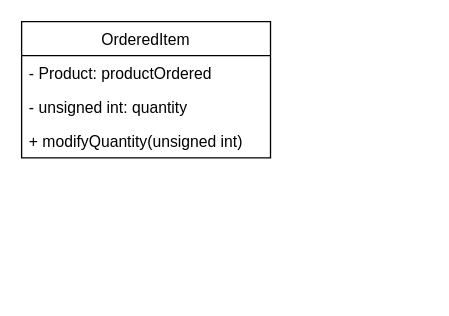
chrismd2/CSci-430-Group-11 keeps this draw.io diagram as Project_1/Class_Diagrams/OrderedItem.drawio. Above is the earlier version. Source tidied: cells renumbered, new cells numbered last; positions are measured from the earlier drawing's top-left corner, leaving out a move shared by most shapes. Both pictures are drawn from the tidied source at 131%, with x=0, y=0 at pixel (21, 21).
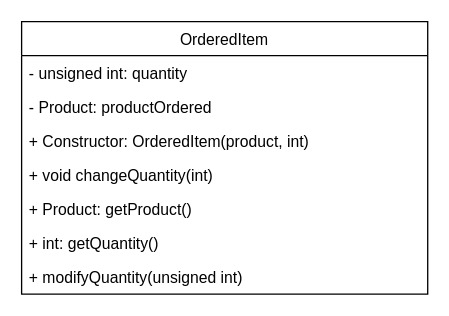
The same diagram, later.

Diff of the diagram source:
```diff
@@
 <mxGraphModel>
   <root>
     <mxCell id="0" />
     <mxCell id="1" parent="0" />
     <mxCell id="2" value="OrderedItem" style="swimlane;fontStyle=0;horizontal=1;startSize=26;fillColor=none;" parent="1" vertex="1">
-      <mxGeometry width="190" height="104" as="geometry" />
+      <mxGeometry width="310" height="208" as="geometry" />
     </mxCell>
+    <mxCell id="4" value="- unsigned int: quantity" style="text;strokeColor=none;fillColor=none;align=left;verticalAlign=top;spacingLeft=4;spacingRight=4;overflow=hidden;" parent="2" vertex="1">
+      <mxGeometry y="26" width="310" height="26" as="geometry" />
+    </mxCell>
     <mxCell id="3" value="- Product: productOrdered" style="text;strokeColor=none;fillColor=none;align=left;verticalAlign=top;spacingLeft=4;spacingRight=4;overflow=hidden;" parent="2" vertex="1">
-      <mxGeometry y="26" width="190" height="26" as="geometry" />
+      <mxGeometry y="52" width="310" height="26" as="geometry" />
     </mxCell>
-    <mxCell id="4" value="- unsigned int: quantity" style="text;strokeColor=none;fillColor=none;align=left;verticalAlign=top;spacingLeft=4;spacingRight=4;overflow=hidden;" parent="2" vertex="1">
-      <mxGeometry y="52" width="190" height="26" as="geometry" />
-    </mxCell>
-    <mxCell id="5" value="+ modifyQuantity(unsigned int)" style="text;strokeColor=none;fillColor=none;align=left;verticalAlign=top;spacingLeft=4;spacingRight=4;overflow=hidden;" parent="2" vertex="1">
-      <mxGeometry y="78" width="190" height="26" as="geometry" />
+    <mxCell id="5" value="+ Constructor: OrderedItem(product, int)" style="text;strokeColor=none;fillColor=none;align=left;verticalAlign=top;spacingLeft=4;spacingRight=4;overflow=hidden;" parent="2" vertex="1">
+      <mxGeometry y="78" width="310" height="26" as="geometry" />
     </mxCell>
+    <mxCell id="6" value="+ void changeQuantity(int)" style="text;strokeColor=none;fillColor=none;align=left;verticalAlign=top;spacingLeft=4;spacingRight=4;overflow=hidden;" parent="2" vertex="1">
+      <mxGeometry y="104" width="310" height="26" as="geometry" />
+    </mxCell>
+    <mxCell id="7" value="+ Product: getProduct()" style="text;strokeColor=none;fillColor=none;align=left;verticalAlign=top;spacingLeft=4;spacingRight=4;overflow=hidden;" parent="2" vertex="1">
+      <mxGeometry y="130" width="310" height="26" as="geometry" />
+    </mxCell>
+    <mxCell id="8" value="+ int: getQuantity()" style="text;strokeColor=none;fillColor=none;align=left;verticalAlign=top;spacingLeft=4;spacingRight=4;overflow=hidden;" parent="2" vertex="1">
+      <mxGeometry y="156" width="310" height="26" as="geometry" />
+    </mxCell>
+    <mxCell id="9" value="+ modifyQuantity(unsigned int)" style="text;strokeColor=none;fillColor=none;align=left;verticalAlign=top;spacingLeft=4;spacingRight=4;overflow=hidden;" parent="2" vertex="1">
+      <mxGeometry y="182" width="310" height="26" as="geometry" />
+    </mxCell>
   </root>
 </mxGraphModel>
```
